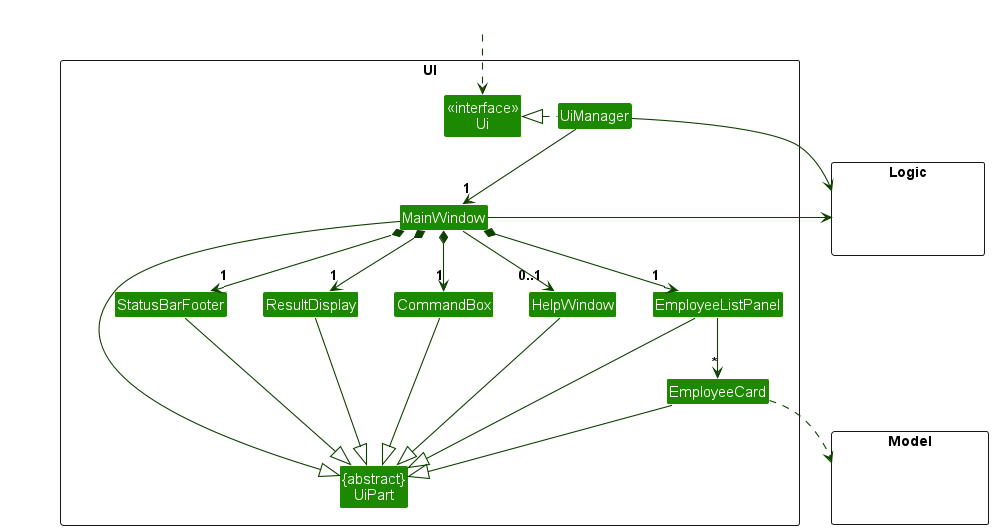
rayyan35p/tp keeps this PlantUML diagram as docs/images/UiClassDiagram.png. Above is the earlier version.
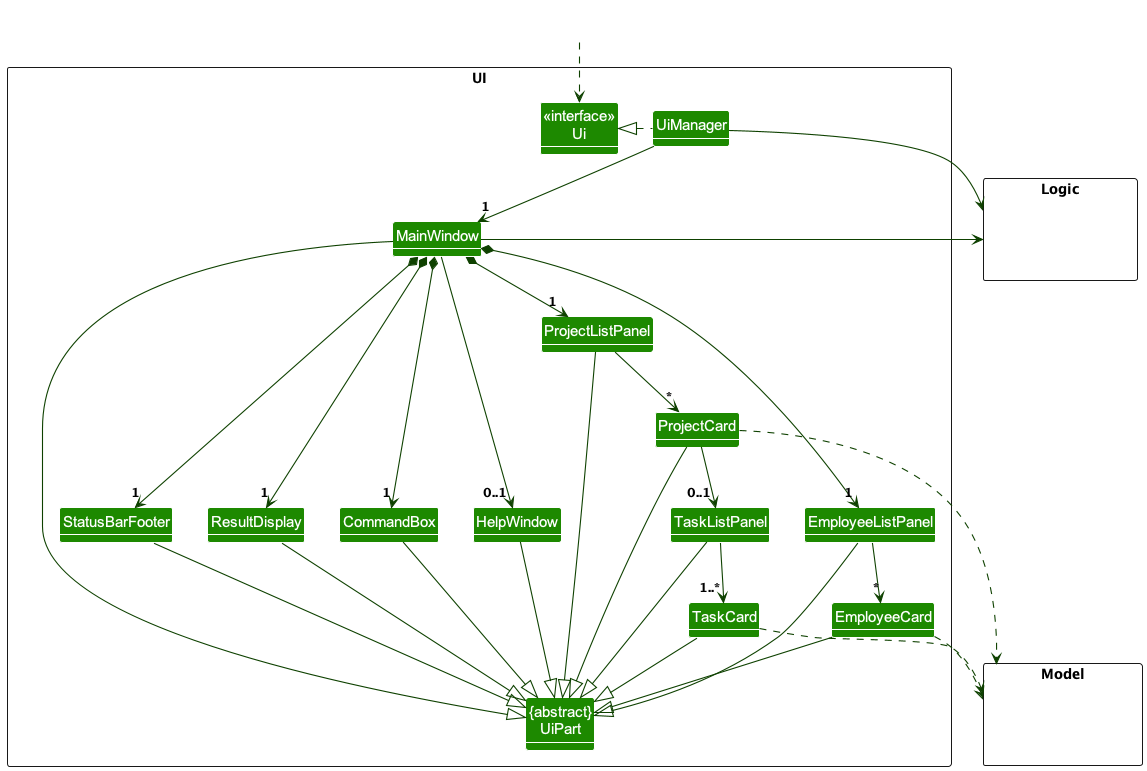
Above is the later version.

The edit, as a diff of the source:
```diff
@@ -13,6 +13,10 @@
 Class ResultDisplay
 Class EmployeeListPanel
 Class EmployeeCard
+Class ProjectListPanel
+Class ProjectCard
+Class TaskListPanel
+Class TaskCard
 Class StatusBarFooter
 Class CommandBox
 }
@@ -33,10 +37,15 @@
 MainWindow *-down->  "1" CommandBox
 MainWindow *-down-> "1" ResultDisplay
 MainWindow *-down-> "1" EmployeeListPanel
+MainWindow *-down-> "1" ProjectListPanel
 MainWindow *-down-> "1" StatusBarFooter
 MainWindow --> "0..1" HelpWindow
 
 EmployeeListPanel -down-> "*" EmployeeCard
+ProjectListPanel -down-> "*" ProjectCard
+ProjectCard -down-> "0..1" TaskListPanel
+TaskListPanel -down-> "1..*" TaskCard
+
 
 MainWindow -left-|> UiPart
 
@@ -44,10 +53,18 @@
 CommandBox --|> UiPart
 EmployeeListPanel --|> UiPart
 EmployeeCard --|> UiPart
+ProjectListPanel --|> UiPart
+ProjectCard --|> UiPart
+TaskListPanel --|> UiPart
+TaskCard --|> UiPart
+
+
 StatusBarFooter --|> UiPart
 HelpWindow --|> UiPart
 
 EmployeeCard ..> Model
+ProjectCard ..> Model
+TaskCard ..> Model
 UiManager -right-> Logic
 MainWindow -left-> Logic
 
```
